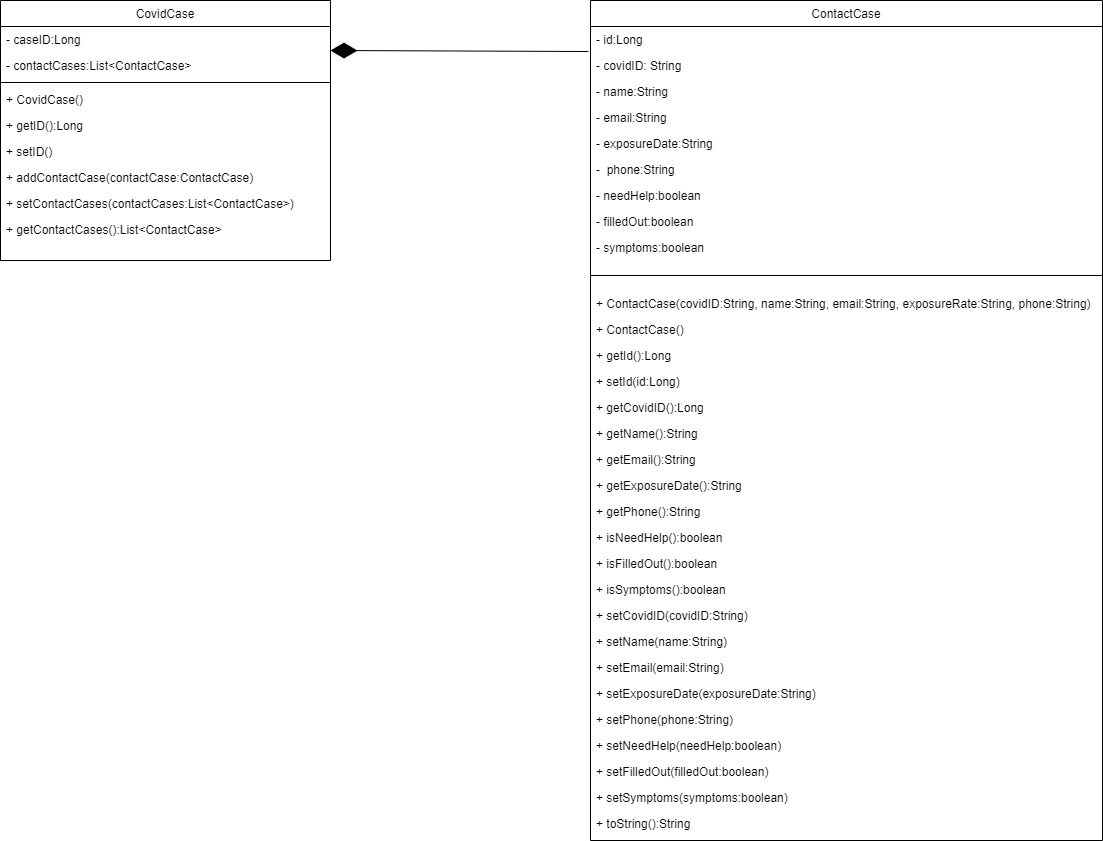
Above: Diagrams/UML_Diagram.png in omarimran2000/COVID-Contact-Tracing (draw.io), before the change. Source tidied: cells renumbered, new cells last; positions are measured from the earlier drawing's top-left corner, leaving out a move shared by most shapes. Source of this version:
```xml
<mxGraphModel>
  <root>
    <mxCell id="0" />
    <mxCell id="1" parent="0" />
    <mxCell id="2" value="CovidCase" style="swimlane;fontStyle=0;align=center;verticalAlign=top;horizontal=1;startSize=26;rounded=0;shadow=0;strokeWidth=1;" parent="1" vertex="1">
      <mxGeometry width="330" height="260" as="geometry" />
    </mxCell>
    <mxCell id="3" value="- caseID:Long" style="text;align=left;verticalAlign=top;spacingLeft=4;spacingRight=4;overflow=hidden;" parent="2" vertex="1">
      <mxGeometry y="26" width="330" height="26" as="geometry" />
    </mxCell>
    <mxCell id="4" value="- contactCases:List&lt;ContactCase&gt;" style="text;align=left;verticalAlign=top;spacingLeft=4;spacingRight=4;overflow=hidden;rounded=0;shadow=0;html=0;" parent="2" vertex="1">
      <mxGeometry y="52" width="330" height="26" as="geometry" />
    </mxCell>
    <mxCell id="5" style="line;html=1;strokeWidth=1;align=left;verticalAlign=middle;spacingTop=-1;spacingLeft=3;spacingRight=3;labelPosition=right;" parent="2" vertex="1">
      <mxGeometry y="78" width="330" height="8" as="geometry" />
    </mxCell>
    <mxCell id="6" value="+ CovidCase()" style="text;align=left;verticalAlign=top;spacingLeft=4;spacingRight=4;overflow=hidden;" parent="2" vertex="1">
      <mxGeometry y="86" width="330" height="26" as="geometry" />
    </mxCell>
    <mxCell id="7" value="+ getID():Long" style="text;align=left;verticalAlign=top;spacingLeft=4;spacingRight=4;overflow=hidden;" parent="2" vertex="1">
      <mxGeometry y="112" width="330" height="26" as="geometry" />
    </mxCell>
    <mxCell id="8" value="+ setID()" style="text;align=left;verticalAlign=top;spacingLeft=4;spacingRight=4;overflow=hidden;" parent="2" vertex="1">
      <mxGeometry y="138" width="330" height="26" as="geometry" />
    </mxCell>
    <mxCell id="9" value="+ addContactCase(contactCase:ContactCase)" style="text;align=left;verticalAlign=top;spacingLeft=4;spacingRight=4;overflow=hidden;" parent="2" vertex="1">
      <mxGeometry y="164" width="330" height="26" as="geometry" />
    </mxCell>
    <mxCell id="10" value="+ setContactCases(contactCases:List&lt;ContactCase&gt;)" style="text;align=left;verticalAlign=top;spacingLeft=4;spacingRight=4;overflow=hidden;" parent="2" vertex="1">
      <mxGeometry y="190" width="330" height="26" as="geometry" />
    </mxCell>
    <mxCell id="11" value="+ getContactCases():List&lt;ContactCase&gt;" style="text;align=left;verticalAlign=top;spacingLeft=4;spacingRight=4;overflow=hidden;" parent="2" vertex="1">
      <mxGeometry y="216" width="330" height="26" as="geometry" />
    </mxCell>
    <mxCell id="12" value="ContactCase" style="swimlane;fontStyle=0;align=center;verticalAlign=top;horizontal=1;startSize=26;rounded=0;shadow=0;strokeWidth=1;" parent="1" vertex="1">
      <mxGeometry x="590" width="512" height="840" as="geometry" />
    </mxCell>
    <mxCell id="13" value="- id:Long&#10; " style="text;align=left;verticalAlign=top;spacingLeft=4;spacingRight=4;overflow=hidden;" parent="12" vertex="1">
      <mxGeometry y="26" width="512" height="26" as="geometry" />
    </mxCell>
    <mxCell id="14" value="- covidID: String" style="text;align=left;verticalAlign=top;spacingLeft=4;spacingRight=4;overflow=hidden;points=[[0,0.5],[1,0.5]];portConstraint=eastwest;rounded=0;shadow=0;html=0;" parent="12" vertex="1">
      <mxGeometry y="52" width="512" height="26" as="geometry" />
    </mxCell>
    <mxCell id="15" value="- name:String" style="text;align=left;verticalAlign=top;spacingLeft=4;spacingRight=4;overflow=hidden;rounded=0;shadow=0;html=0;" parent="12" vertex="1">
      <mxGeometry y="78" width="512" height="26" as="geometry" />
    </mxCell>
    <mxCell id="16" value="- email:String" style="text;align=left;verticalAlign=top;spacingLeft=4;spacingRight=4;overflow=hidden;rounded=0;shadow=0;html=0;" parent="12" vertex="1">
      <mxGeometry y="104" width="512" height="26" as="geometry" />
    </mxCell>
    <mxCell id="17" value="- exposureDate:String" style="text;align=left;verticalAlign=top;spacingLeft=4;spacingRight=4;overflow=hidden;rounded=0;shadow=0;html=0;" parent="12" vertex="1">
      <mxGeometry y="130" width="512" height="26" as="geometry" />
    </mxCell>
    <mxCell id="18" value="-  phone:String" style="text;align=left;verticalAlign=top;spacingLeft=4;spacingRight=4;overflow=hidden;rounded=0;shadow=0;html=0;" parent="12" vertex="1">
      <mxGeometry y="156" width="512" height="26" as="geometry" />
    </mxCell>
    <mxCell id="19" value="- needHelp:boolean" style="text;align=left;verticalAlign=top;spacingLeft=4;spacingRight=4;overflow=hidden;rounded=0;shadow=0;html=0;" parent="12" vertex="1">
      <mxGeometry y="182" width="512" height="26" as="geometry" />
    </mxCell>
    <mxCell id="20" value="- filledOut:boolean" style="text;align=left;verticalAlign=top;spacingLeft=4;spacingRight=4;overflow=hidden;rounded=0;shadow=0;html=0;" parent="12" vertex="1">
      <mxGeometry y="208" width="512" height="26" as="geometry" />
    </mxCell>
    <mxCell id="21" value="- symptoms:boolean" style="text;align=left;verticalAlign=top;spacingLeft=4;spacingRight=4;overflow=hidden;rounded=0;shadow=0;html=0;" parent="12" vertex="1">
      <mxGeometry y="234" width="512" height="26" as="geometry" />
    </mxCell>
    <mxCell id="22" style="line;html=1;strokeWidth=1;align=left;verticalAlign=middle;spacingTop=-1;spacingLeft=3;spacingRight=3;labelPosition=right;" parent="12" vertex="1">
      <mxGeometry y="260" width="512" height="30" as="geometry" />
    </mxCell>
    <mxCell id="23" value="+ ContactCase(covidID:String, name:String, email:String, exposureRate:String, phone:String) " style="text;align=left;verticalAlign=top;spacingLeft=4;spacingRight=4;overflow=hidden;" parent="12" vertex="1">
      <mxGeometry y="290" width="512" height="26" as="geometry" />
    </mxCell>
    <mxCell id="24" value="+ ContactCase()" style="text;align=left;verticalAlign=top;spacingLeft=4;spacingRight=4;overflow=hidden;" parent="12" vertex="1">
      <mxGeometry y="316" width="512" height="26" as="geometry" />
    </mxCell>
    <mxCell id="25" value="+ getId():Long" style="text;align=left;verticalAlign=top;spacingLeft=4;spacingRight=4;overflow=hidden;" parent="12" vertex="1">
      <mxGeometry y="342" width="512" height="26" as="geometry" />
    </mxCell>
    <mxCell id="26" value="+ setId(id:Long)" style="text;align=left;verticalAlign=top;spacingLeft=4;spacingRight=4;overflow=hidden;" parent="12" vertex="1">
      <mxGeometry y="368" width="512" height="26" as="geometry" />
    </mxCell>
    <mxCell id="27" value="+ getCovidID():Long" style="text;align=left;verticalAlign=top;spacingLeft=4;spacingRight=4;overflow=hidden;" parent="12" vertex="1">
      <mxGeometry y="394" width="512" height="26" as="geometry" />
    </mxCell>
    <mxCell id="28" value="+ getName():String" style="text;align=left;verticalAlign=top;spacingLeft=4;spacingRight=4;overflow=hidden;" parent="12" vertex="1">
      <mxGeometry y="420" width="512" height="26" as="geometry" />
    </mxCell>
    <mxCell id="29" value="+ getEmail():String" style="text;align=left;verticalAlign=top;spacingLeft=4;spacingRight=4;overflow=hidden;" parent="12" vertex="1">
      <mxGeometry y="446" width="512" height="26" as="geometry" />
    </mxCell>
    <mxCell id="30" value="+ getExposureDate():String" style="text;align=left;verticalAlign=top;spacingLeft=4;spacingRight=4;overflow=hidden;" parent="12" vertex="1">
      <mxGeometry y="472" width="512" height="26" as="geometry" />
    </mxCell>
    <mxCell id="31" value="+ getPhone():String" style="text;align=left;verticalAlign=top;spacingLeft=4;spacingRight=4;overflow=hidden;" parent="12" vertex="1">
      <mxGeometry y="498" width="512" height="26" as="geometry" />
    </mxCell>
    <mxCell id="32" value="+ isNeedHelp():boolean" style="text;align=left;verticalAlign=top;spacingLeft=4;spacingRight=4;overflow=hidden;" parent="12" vertex="1">
      <mxGeometry y="524" width="512" height="26" as="geometry" />
    </mxCell>
    <mxCell id="33" value="+ isFilledOut():boolean" style="text;align=left;verticalAlign=top;spacingLeft=4;spacingRight=4;overflow=hidden;" parent="12" vertex="1">
      <mxGeometry y="550" width="512" height="26" as="geometry" />
    </mxCell>
    <mxCell id="34" value="+ isSymptoms():boolean" style="text;align=left;verticalAlign=top;spacingLeft=4;spacingRight=4;overflow=hidden;" parent="12" vertex="1">
      <mxGeometry y="576" width="512" height="26" as="geometry" />
    </mxCell>
    <mxCell id="35" value="+ setCovidID(covidID:String)" style="text;align=left;verticalAlign=top;spacingLeft=4;spacingRight=4;overflow=hidden;" parent="12" vertex="1">
      <mxGeometry y="602" width="512" height="26" as="geometry" />
    </mxCell>
    <mxCell id="36" value="+ setName(name:String)" style="text;align=left;verticalAlign=top;spacingLeft=4;spacingRight=4;overflow=hidden;" parent="12" vertex="1">
      <mxGeometry y="628" width="512" height="26" as="geometry" />
    </mxCell>
    <mxCell id="37" value="+ setEmail(email:String)&#10;" style="text;align=left;verticalAlign=top;spacingLeft=4;spacingRight=4;overflow=hidden;" parent="12" vertex="1">
      <mxGeometry y="654" width="512" height="26" as="geometry" />
    </mxCell>
    <mxCell id="38" value="+ setExposureDate(exposureDate:String)" style="text;align=left;verticalAlign=top;spacingLeft=4;spacingRight=4;overflow=hidden;" parent="12" vertex="1">
      <mxGeometry y="680" width="512" height="26" as="geometry" />
    </mxCell>
    <mxCell id="39" value="+ setPhone(phone:String)" style="text;align=left;verticalAlign=top;spacingLeft=4;spacingRight=4;overflow=hidden;" parent="12" vertex="1">
      <mxGeometry y="706" width="512" height="26" as="geometry" />
    </mxCell>
    <mxCell id="40" value="+ setNeedHelp(needHelp:boolean)" style="text;align=left;verticalAlign=top;spacingLeft=4;spacingRight=4;overflow=hidden;" parent="12" vertex="1">
      <mxGeometry y="732" width="512" height="26" as="geometry" />
    </mxCell>
    <mxCell id="41" value="+ setFilledOut(filledOut:boolean)" style="text;align=left;verticalAlign=top;spacingLeft=4;spacingRight=4;overflow=hidden;" parent="12" vertex="1">
      <mxGeometry y="758" width="512" height="26" as="geometry" />
    </mxCell>
    <mxCell id="42" value="+ setSymptoms(symptoms:boolean)" style="text;align=left;verticalAlign=top;spacingLeft=4;spacingRight=4;overflow=hidden;" parent="12" vertex="1">
      <mxGeometry y="784" width="512" height="26" as="geometry" />
    </mxCell>
    <mxCell id="43" value="+ toString():String" style="text;align=left;verticalAlign=top;spacingLeft=4;spacingRight=4;overflow=hidden;" parent="12" vertex="1">
      <mxGeometry y="810" width="512" height="26" as="geometry" />
    </mxCell>
    <mxCell id="44" style="endArrow=diamondThin;endFill=1;endSize=24;html=1;rounded=0;exitX=-0.004;exitY=-0.038;exitDx=0;exitDy=0;exitPerimeter=0;" parent="1" edge="1" source="14">
      <mxGeometry relative="1" as="geometry">
        <mxPoint x="330" y="50" as="targetPoint" />
      </mxGeometry>
    </mxCell>
  </root>
</mxGraphModel>
```
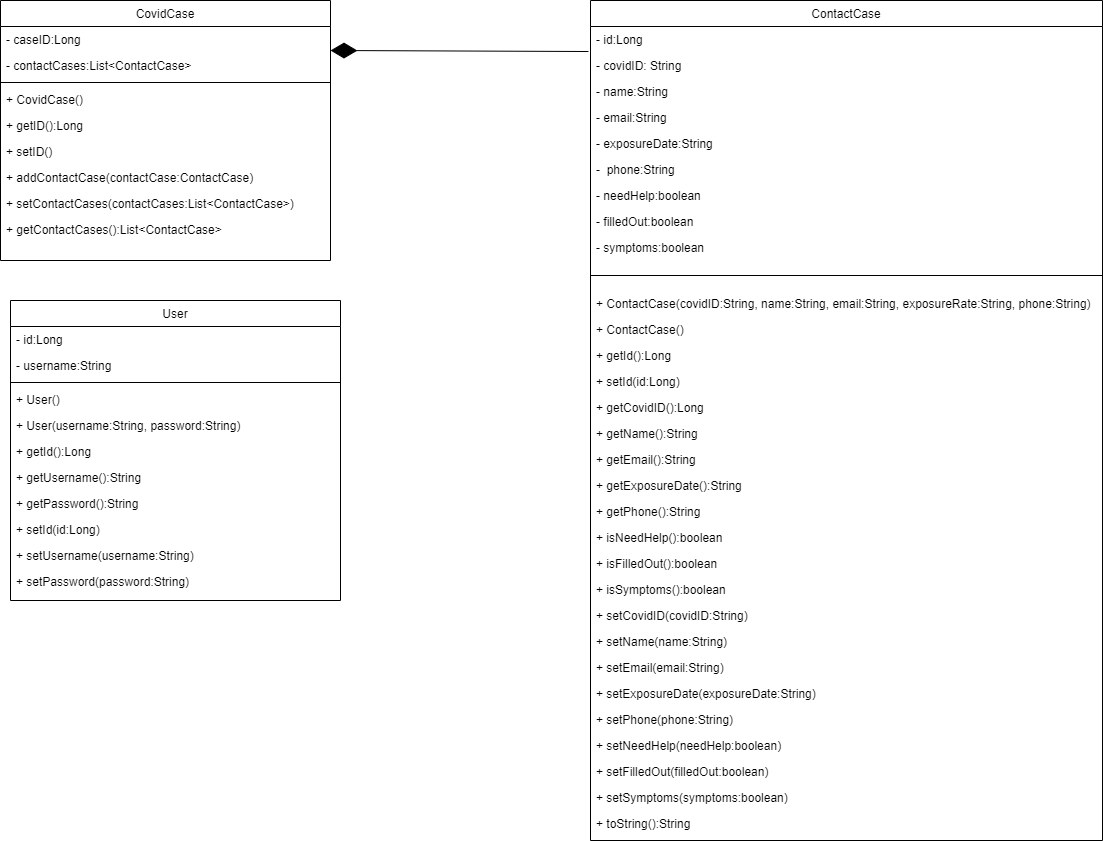
Later version of the same file.

Commit message:
Updated UML class diagram

What changed in the source:
```diff
@@ -133,5 +133,41 @@
         <mxPoint x="330" y="50" as="targetPoint" />
       </mxGeometry>
     </mxCell>
+    <mxCell id="45" value="User" style="swimlane;fontStyle=0;align=center;verticalAlign=top;horizontal=1;startSize=26;rounded=0;shadow=0;strokeWidth=1;" parent="1" vertex="1">
+      <mxGeometry x="10" y="300" width="330" height="300" as="geometry" />
+    </mxCell>
+    <mxCell id="46" value="- id:Long" style="text;align=left;verticalAlign=top;spacingLeft=4;spacingRight=4;overflow=hidden;" parent="45" vertex="1">
+      <mxGeometry y="26" width="330" height="26" as="geometry" />
+    </mxCell>
+    <mxCell id="47" value="- username:String" style="text;align=left;verticalAlign=top;spacingLeft=4;spacingRight=4;overflow=hidden;rounded=0;shadow=0;html=0;" parent="45" vertex="1">
+      <mxGeometry y="52" width="330" height="26" as="geometry" />
+    </mxCell>
+    <mxCell id="48" style="line;html=1;strokeWidth=1;align=left;verticalAlign=middle;spacingTop=-1;spacingLeft=3;spacingRight=3;labelPosition=right;" parent="45" vertex="1">
+      <mxGeometry y="78" width="330" height="8" as="geometry" />
+    </mxCell>
+    <mxCell id="49" value="+ User()" style="text;align=left;verticalAlign=top;spacingLeft=4;spacingRight=4;overflow=hidden;" parent="45" vertex="1">
+      <mxGeometry y="86" width="330" height="26" as="geometry" />
+    </mxCell>
+    <mxCell id="50" value="+ User(username:String, password:String)" style="text;align=left;verticalAlign=top;spacingLeft=4;spacingRight=4;overflow=hidden;" parent="45" vertex="1">
+      <mxGeometry y="112" width="330" height="26" as="geometry" />
+    </mxCell>
+    <mxCell id="51" value="+ getId():Long" style="text;align=left;verticalAlign=top;spacingLeft=4;spacingRight=4;overflow=hidden;" parent="45" vertex="1">
+      <mxGeometry y="138" width="330" height="26" as="geometry" />
+    </mxCell>
+    <mxCell id="52" value="+ getUsername():String" style="text;align=left;verticalAlign=top;spacingLeft=4;spacingRight=4;overflow=hidden;" parent="45" vertex="1">
+      <mxGeometry y="164" width="330" height="26" as="geometry" />
+    </mxCell>
+    <mxCell id="53" value="+ getPassword():String" style="text;align=left;verticalAlign=top;spacingLeft=4;spacingRight=4;overflow=hidden;" parent="45" vertex="1">
+      <mxGeometry y="190" width="330" height="26" as="geometry" />
+    </mxCell>
+    <mxCell id="54" value="+ setId(id:Long)&#10;" style="text;align=left;verticalAlign=top;spacingLeft=4;spacingRight=4;overflow=hidden;" parent="45" vertex="1">
+      <mxGeometry y="216" width="330" height="26" as="geometry" />
+    </mxCell>
+    <mxCell id="55" value="+ setUsername(username:String)" style="text;align=left;verticalAlign=top;spacingLeft=4;spacingRight=4;overflow=hidden;" parent="45" vertex="1">
+      <mxGeometry y="242" width="330" height="26" as="geometry" />
+    </mxCell>
+    <mxCell id="56" value="+ setPassword(password:String)" style="text;align=left;verticalAlign=top;spacingLeft=4;spacingRight=4;overflow=hidden;" parent="45" vertex="1">
+      <mxGeometry y="268" width="330" height="26" as="geometry" />
+    </mxCell>
   </root>
 </mxGraphModel>
```
